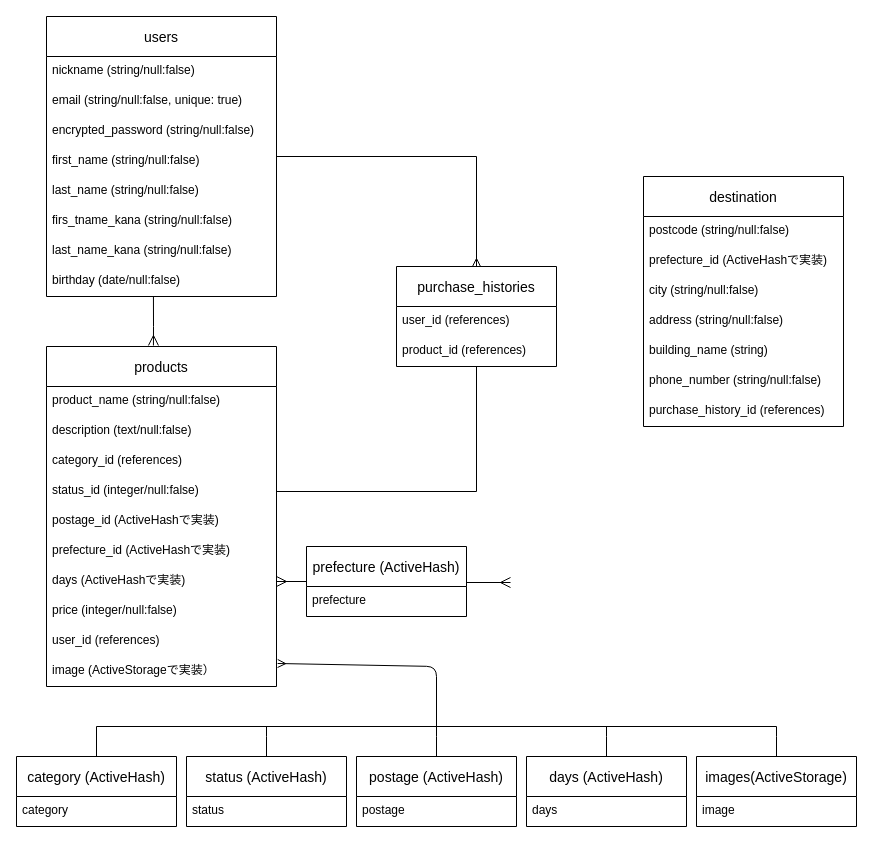
Before: ER.dio in shouxingzi/furima-34320, a draw.io diagram. Source tidied: cells renumbered, new cells numbered last; positions are measured from the earlier drawing's top-left corner, leaving out a move shared by most shapes. Both pictures are drawn from the tidied source at 100%, with x=0, y=0 at pixel (16, 16).
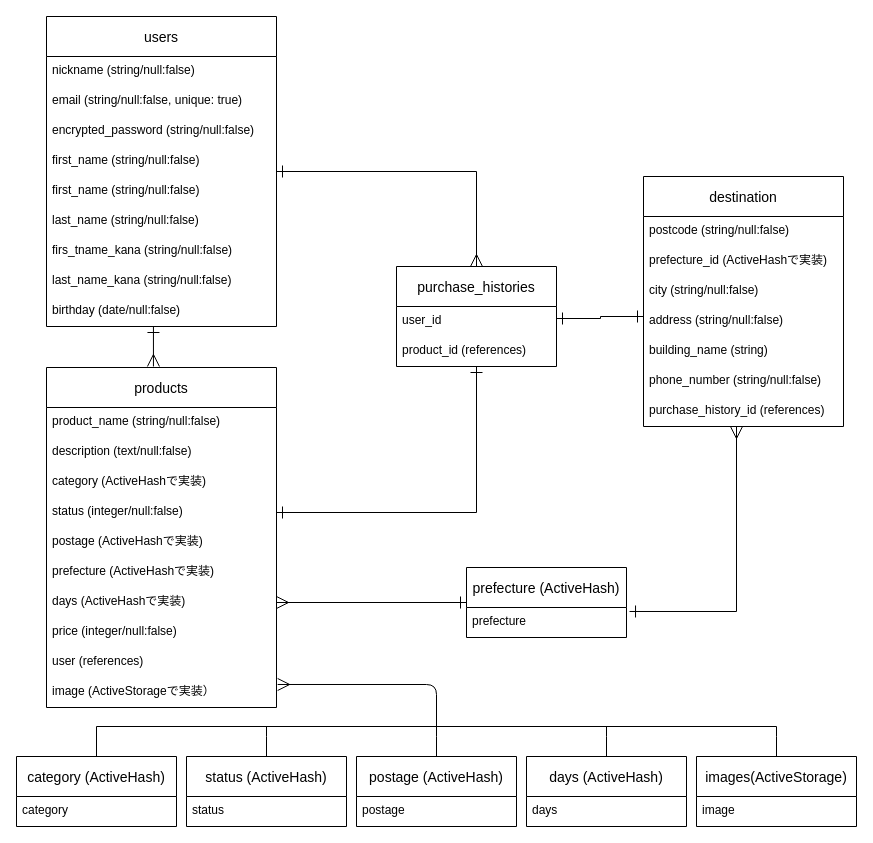
After the change.

The change refers to these unchanged cells:
```xml
<mxCell id="20" value="days (ActiveHashで実装)" style="text;strokeColor=none;fillColor=none;spacingLeft=4;spacingRight=4;overflow=hidden;points=[[0,0.5],[1,0.5]];portConstraint=eastwest;fontSize=12;" parent="13" vertex="1">
  <mxGeometry y="220" width="230" height="30" as="geometry" />
</mxCell>
<mxCell id="23" value="image (ActiveStorageで実装）" style="text;strokeColor=none;fillColor=none;spacingLeft=4;spacingRight=4;overflow=hidden;points=[[0,0.5],[1,0.5]];portConstraint=eastwest;fontSize=12;" parent="13" vertex="1">
  <mxGeometry y="310" width="230" height="30" as="geometry" />
</mxCell>
<mxCell id="31" value="purchase_history_id (references)" style="text;strokeColor=none;fillColor=none;spacingLeft=4;spacingRight=4;overflow=hidden;points=[[0,0.5],[1,0.5]];portConstraint=eastwest;fontSize=12;" parent="24" vertex="1">
  <mxGeometry y="220" width="200" height="30" as="geometry" />
</mxCell>
<mxCell id="49" value="prefecture" style="text;strokeColor=none;fillColor=none;spacingLeft=4;spacingRight=4;overflow=hidden;points=[[0,0.5],[1,0.5]];portConstraint=eastwest;fontSize=12;" parent="48" vertex="1">
  <mxGeometry y="40" width="160" height="30" as="geometry" />
</mxCell>
<mxCell id="53" value="purchase_histories" style="swimlane;fontStyle=0;horizontal=1;startSize=40;align=center;fontSize=14;" parent="1" vertex="1">
  <mxGeometry x="380" y="250" width="160" height="100" as="geometry" />
</mxCell>
<mxCell id="55" value="product_id (references)" style="text;strokeColor=none;fillColor=none;spacingLeft=4;spacingRight=4;overflow=hidden;points=[[0,0.5],[1,0.5]];portConstraint=eastwest;fontSize=12;" parent="53" vertex="1">
  <mxGeometry y="70" width="160" height="30" as="geometry" />
</mxCell>
```

What changed in the source:
```diff
@@
-    <mxCell id="2" style="edgeStyle=orthogonalEdgeStyle;rounded=0;jettySize=auto;html=1;endArrow=ERmany;endFill=0;entryX=0.465;entryY=-0.003;entryDx=0;entryDy=0;entryPerimeter=0;exitX=0.465;exitY=1;exitDx=0;exitDy=0;exitPerimeter=0;endSize=8;startSize=8;" parent="1" edge="1" source="12" target="13">
+    <mxCell id="2" style="edgeStyle=orthogonalEdgeStyle;rounded=0;jettySize=auto;html=1;endArrow=ERmany;endFill=0;entryX=0.465;entryY=-0.003;entryDx=0;entryDy=0;entryPerimeter=0;exitX=0.465;exitY=1;exitDx=0;exitDy=0;exitPerimeter=0;endSize=10;startSize=10;startArrow=ERone;startFill=0;" parent="1" edge="1" source="12" target="13">
       <mxGeometry relative="1" as="geometry">
         <Array as="points">
           <mxPoint x="137" y="310" />
           <mxPoint x="137" y="310" />
         </Array>
       </mxGeometry>
     </mxCell>
-    <mxCell id="3" style="edgeStyle=orthogonalEdgeStyle;rounded=0;jettySize=auto;html=1;entryX=0.5;entryY=0;entryDx=0;entryDy=0;endArrow=ERmany;endFill=0;" parent="1" edge="1" source="4" target="53">
+    <mxCell id="3" style="edgeStyle=orthogonalEdgeStyle;rounded=0;jettySize=auto;html=1;entryX=0.5;entryY=0;entryDx=0;entryDy=0;endArrow=ERmany;endFill=0;startArrow=ERone;startFill=0;endSize=10;startSize=10;" parent="1" edge="1" source="4" target="53">
       <mxGeometry relative="1" as="geometry" />
     </mxCell>
     <mxCell id="4" value="users" style="swimlane;fontStyle=0;horizontal=1;startSize=40;align=center;fontSize=14;" parent="1" vertex="1">
-      <mxGeometry x="30" width="230" height="280" as="geometry" />
+      <mxGeometry x="30" width="230" height="310" as="geometry" />
     </mxCell>
@@
+    <mxCell id="57" value="first_name (string/null:false)" style="text;strokeColor=none;fillColor=none;spacingLeft=4;spacingRight=4;overflow=hidden;fontSize=12;" parent="4" vertex="1">
+      <mxGeometry y="160" width="230" height="30" as="geometry" />
+    </mxCell>
     <mxCell id="9" value="last_name (string/null:false)" style="text;strokeColor=none;fillColor=none;spacingLeft=4;spacingRight=4;overflow=hidden;fontSize=12;" parent="4" vertex="1">
-      <mxGeometry y="160" width="230" height="30" as="geometry" />
+      <mxGeometry y="190" width="230" height="30" as="geometry" />
     </mxCell>
     <mxCell id="10" value="firs_tname_kana (string/null:false)" style="text;strokeColor=none;fillColor=none;spacingLeft=4;spacingRight=4;overflow=hidden;fontSize=12;" parent="4" vertex="1">
-      <mxGeometry y="190" width="230" height="30" as="geometry" />
+      <mxGeometry y="220" width="230" height="30" as="geometry" />
     </mxCell>
     <mxCell id="11" value="last_name_kana (string/null:false)" style="text;strokeColor=none;fillColor=none;spacingLeft=4;spacingRight=4;overflow=hidden;fontSize=12;" parent="4" vertex="1">
-      <mxGeometry y="220" width="230" height="30" as="geometry" />
+      <mxGeometry y="250" width="230" height="30" as="geometry" />
     </mxCell>
     <mxCell id="12" value="birthday (date/null:false)" style="text;strokeColor=none;fillColor=none;spacingLeft=4;spacingRight=4;overflow=hidden;points=[[0,0.5],[1,0.5]];portConstraint=eastwest;fontSize=12;" parent="4" vertex="1">
-      <mxGeometry y="250" width="230" height="30" as="geometry" />
+      <mxGeometry y="280" width="230" height="30" as="geometry" />
     </mxCell>
     <mxCell id="13" value="products" style="swimlane;fontStyle=0;horizontal=1;startSize=40;align=center;fontSize=14;" parent="1" vertex="1">
-      <mxGeometry x="30" y="330" width="230" height="340" as="geometry" />
+      <mxGeometry x="30" y="351" width="230" height="340" as="geometry" />
     </mxCell>
@@
-    <mxCell id="16" value="category_id (references)" style="text;strokeColor=none;fillColor=none;spacingLeft=4;spacingRight=4;overflow=hidden;fontSize=12;" parent="13" vertex="1">
+    <mxCell id="16" value="category (ActiveHashで実装)" style="text;strokeColor=none;fillColor=none;spacingLeft=4;spacingRight=4;overflow=hidden;fontSize=12;" parent="13" vertex="1">
       <mxGeometry y="100" width="230" height="30" as="geometry" />
     </mxCell>
-    <mxCell id="17" value="status_id (integer/null:false)" style="text;strokeColor=none;fillColor=none;spacingLeft=4;spacingRight=4;overflow=hidden;points=[[0,0.5],[1,0.5]];portConstraint=eastwest;fontSize=12;" parent="13" vertex="1">
+    <mxCell id="17" value="status (integer/null:false)&#10;" style="text;strokeColor=none;fillColor=none;spacingLeft=4;spacingRight=4;overflow=hidden;points=[[0,0.5],[1,0.5]];portConstraint=eastwest;fontSize=12;" parent="13" vertex="1">
       <mxGeometry y="130" width="230" height="30" as="geometry" />
     </mxCell>
-    <mxCell id="18" value="postage_id (ActiveHashで実装)" style="text;strokeColor=none;fillColor=none;spacingLeft=4;spacingRight=4;overflow=hidden;fontSize=12;" parent="13" vertex="1">
+    <mxCell id="18" value="postage (ActiveHashで実装)" style="text;strokeColor=none;fillColor=none;spacingLeft=4;spacingRight=4;overflow=hidden;fontSize=12;" parent="13" vertex="1">
       <mxGeometry y="160" width="230" height="30" as="geometry" />
     </mxCell>
-    <mxCell id="19" value="prefecture_id (ActiveHashで実装)" style="text;strokeColor=none;fillColor=none;spacingLeft=4;spacingRight=4;overflow=hidden;fontSize=12;" parent="13" vertex="1">
+    <mxCell id="19" value="prefecture (ActiveHashで実装)" style="text;strokeColor=none;fillColor=none;spacingLeft=4;spacingRight=4;overflow=hidden;fontSize=12;" parent="13" vertex="1">
       <mxGeometry y="190" width="230" height="30" as="geometry" />
     </mxCell>
@@
-    <mxCell id="22" value="user_id (references)" style="text;strokeColor=none;fillColor=none;spacingLeft=4;spacingRight=4;overflow=hidden;fontSize=12;" parent="13" vertex="1">
+    <mxCell id="22" value="user (references)" style="text;strokeColor=none;fillColor=none;spacingLeft=4;spacingRight=4;overflow=hidden;fontSize=12;" parent="13" vertex="1">
       <mxGeometry y="280" width="230" height="30" as="geometry" />
     </mxCell>
@@
-    <mxCell id="47" style="edgeStyle=orthogonalEdgeStyle;rounded=0;jettySize=auto;html=1;entryX=1;entryY=0.5;entryDx=0;entryDy=0;startSize=8;endArrow=ERmany;endFill=0;endSize=8;" parent="1" edge="1" source="48" target="20">
+    <mxCell id="47" style="edgeStyle=orthogonalEdgeStyle;rounded=0;jettySize=auto;html=1;entryX=1;entryY=0.5;entryDx=0;entryDy=0;startSize=10;endArrow=ERmany;endFill=0;endSize=10;startArrow=ERone;startFill=0;" parent="1" edge="1" source="48" target="20">
       <mxGeometry relative="1" as="geometry" />
     </mxCell>
+    <mxCell id="58" style="edgeStyle=orthogonalEdgeStyle;rounded=0;jettySize=auto;html=1;entryX=0.465;entryY=1;entryDx=0;entryDy=0;entryPerimeter=0;startArrow=ERone;startFill=0;startSize=10;endArrow=ERmany;endFill=0;endSize=10;exitX=1.019;exitY=0.133;exitDx=0;exitDy=0;exitPerimeter=0;" parent="1" edge="1" source="49" target="31">
+      <mxGeometry relative="1" as="geometry" />
+    </mxCell>
     <mxCell id="48" value="prefecture (ActiveHash)" style="swimlane;fontStyle=0;horizontal=1;startSize=40;align=center;fontSize=14;" parent="1" vertex="1">
-      <mxGeometry x="290" y="530" width="160" height="70" as="geometry" />
+      <mxGeometry x="450" y="551" width="160" height="70" as="geometry" />
     </mxCell>
@@
-    <mxCell id="52" style="endArrow=ERmany;html=1;endFill=0;entryX=1.005;entryY=0.233;entryDx=0;entryDy=0;entryPerimeter=0;" parent="1" edge="1" target="23">
+    <mxCell id="52" style="endArrow=ERmany;html=1;endFill=0;entryX=1.005;entryY=0.233;entryDx=0;entryDy=0;entryPerimeter=0;endSize=10;startSize=10;" parent="1" edge="1" target="23">
       <mxGeometry relative="1" as="geometry">
         <mxPoint x="420" y="710" as="sourcePoint" />
         <Array as="points">
-          <mxPoint x="420" y="650" />
+          <mxPoint x="420" y="668" />
         </Array>
       </mxGeometry>
     </mxCell>
+    <mxCell id="59" style="edgeStyle=orthogonalEdgeStyle;rounded=0;orthogonalLoop=1;jettySize=auto;html=1;startArrow=ERone;startFill=0;startSize=10;endArrow=ERone;endFill=0;endSize=10;" parent="1" edge="1">
+      <mxGeometry relative="1" as="geometry">
+        <mxPoint x="540" y="302" as="sourcePoint" />
+        <mxPoint x="627" y="300" as="targetPoint" />
+        <Array as="points">
+          <mxPoint x="584" y="302" />
+          <mxPoint x="584" y="300" />
+          <mxPoint x="627" y="300" />
+        </Array>
+      </mxGeometry>
+    </mxCell>
@@
-    <mxCell id="54" value="user_id (references)" style="text;strokeColor=none;fillColor=none;spacingLeft=4;spacingRight=4;overflow=hidden;fontSize=12;" parent="53" vertex="1">
+    <mxCell id="54" value="user_id " style="text;strokeColor=none;fillColor=none;spacingLeft=4;spacingRight=4;overflow=hidden;fontSize=12;" parent="53" vertex="1">
       <mxGeometry y="40" width="160" height="30" as="geometry" />
     </mxCell>
@@
-    <mxCell id="56" style="edgeStyle=orthogonalEdgeStyle;rounded=0;jettySize=auto;html=1;exitX=1;exitY=0.5;exitDx=0;exitDy=0;entryX=0.5;entryY=1;entryDx=0;entryDy=0;entryPerimeter=0;endArrow=none;endFill=0;" parent="1" edge="1" source="17" target="55">
+    <mxCell id="56" style="edgeStyle=orthogonalEdgeStyle;rounded=0;jettySize=auto;html=1;exitX=1;exitY=0.5;exitDx=0;exitDy=0;entryX=0.5;entryY=1;entryDx=0;entryDy=0;entryPerimeter=0;endArrow=ERone;endFill=0;startArrow=ERone;startFill=0;endSize=10;startSize=10;" parent="1" edge="1" source="17" target="55">
       <mxGeometry relative="1" as="geometry" />
     </mxCell>
```
